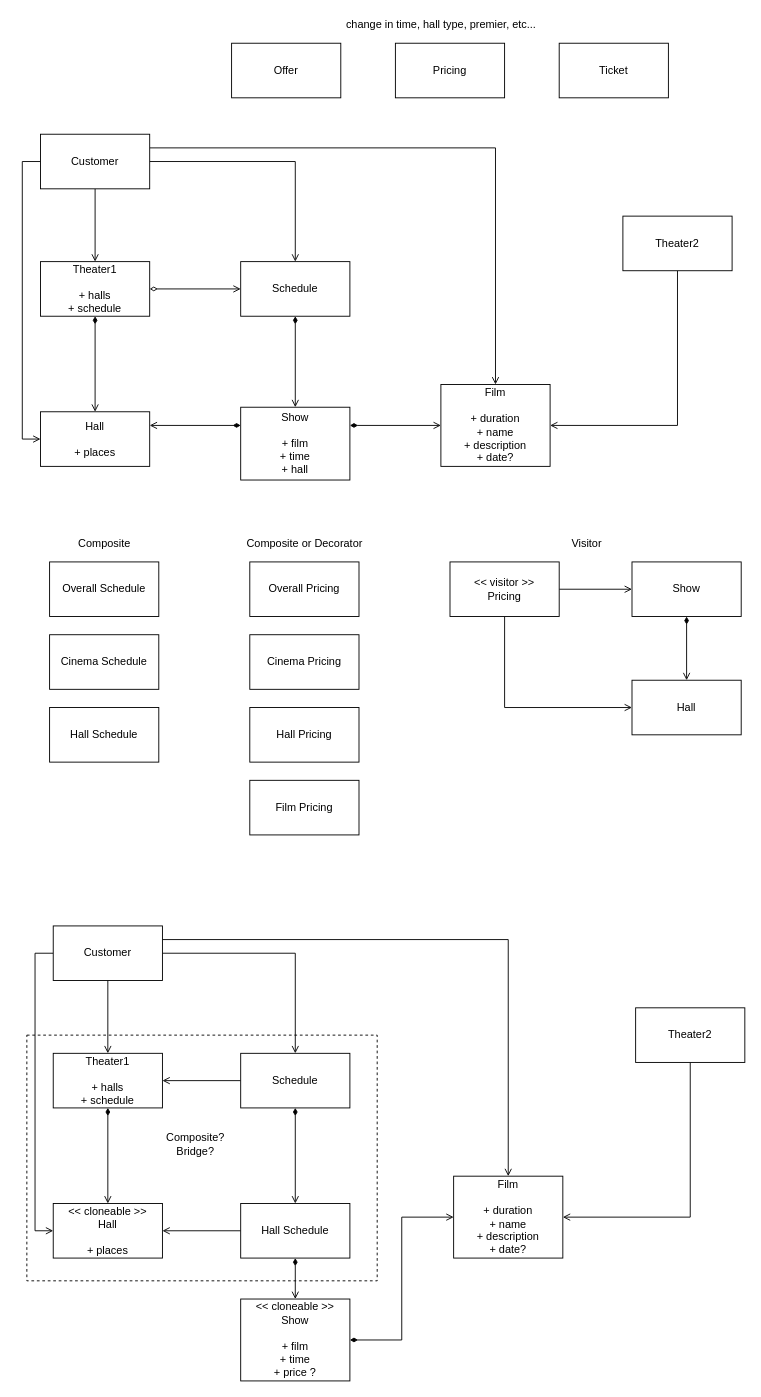
This is description/logic.drawio from pointuseless/kinocms, a draw.io file, before an edit. Source tidied: cells renumbered, new cells numbered last; positions are measured from the earlier drawing's top-left corner, leaving out a move shared by most shapes. Both pictures are drawn from the tidied source at 91%, with x=0, y=0 at pixel (26, 15).
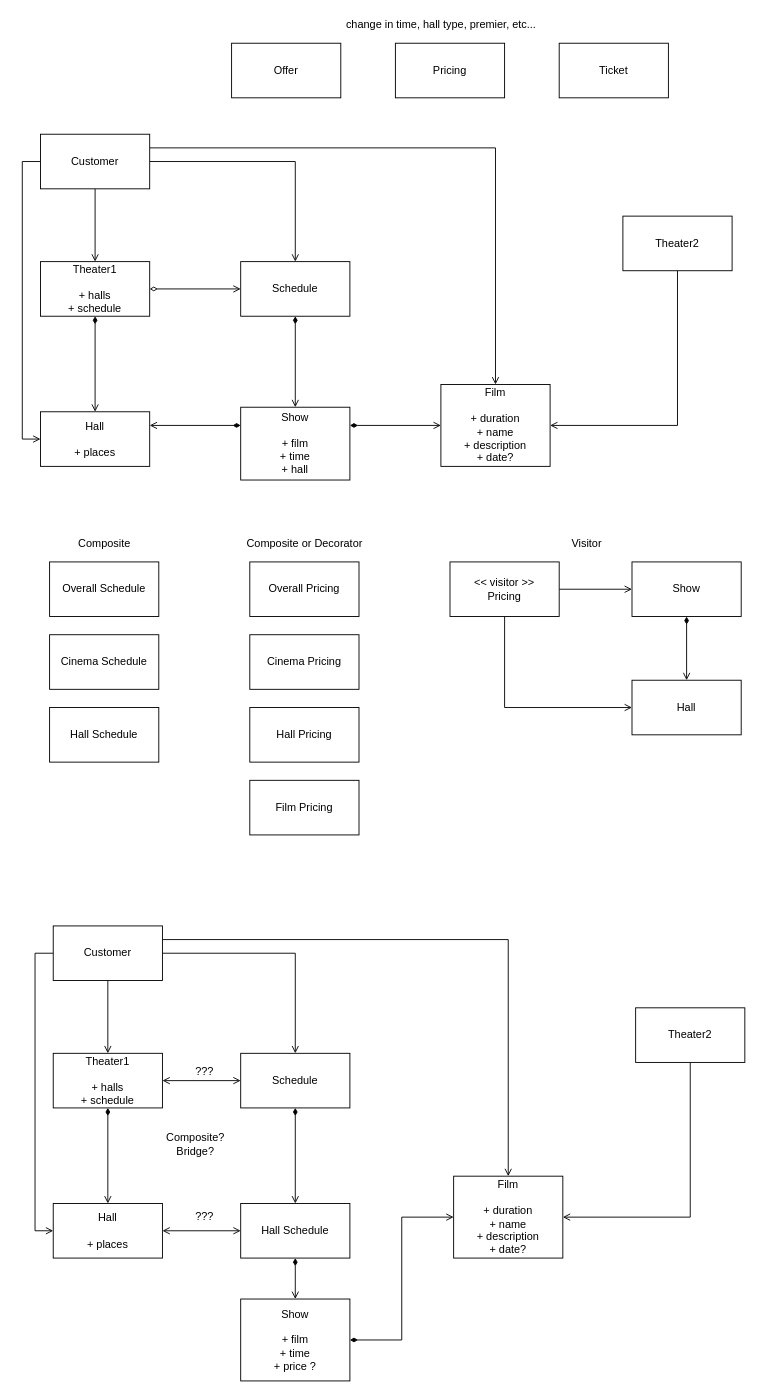
The same diagram, later.

The change refers to these unchanged cells:
```xml
<mxCell id="48" value="Schedule" style="rounded=0;whiteSpace=wrap;html=1;" parent="1" vertex="1">
  <mxGeometry x="235" y="1140" width="120" height="60" as="geometry" />
</mxCell>
<mxCell id="50" value="Theater1&lt;br&gt;&lt;br&gt;+ halls&lt;br&gt;+ schedule" style="rounded=0;whiteSpace=wrap;html=1;" parent="1" vertex="1">
  <mxGeometry x="29" y="1140" width="120" height="60" as="geometry" />
</mxCell>
<mxCell id="58" value="Hall Schedule" style="whiteSpace=wrap;html=1;" parent="1" vertex="1">
  <mxGeometry x="235" y="1305" width="120" height="60" as="geometry" />
</mxCell>
```

What changed in the source:
```diff
@@
-    <mxCell id="2" style="rounded=0;whiteSpace=wrap;html=1;fillColor=none;dashed=1;" parent="1" vertex="1">
-      <mxGeometry y="1120" width="385" height="270" as="geometry" />
-    </mxCell>
@@
-    <mxCell id="45" value="&amp;lt;&amp;lt; cloneable &amp;gt;&amp;gt;&lt;br&gt;Hall&lt;br&gt;&lt;br&gt;+ places" style="rounded=0;whiteSpace=wrap;html=1;" parent="1" vertex="1">
+    <mxCell id="45" value="Hall&lt;br&gt;&lt;br&gt;+ places" style="rounded=0;whiteSpace=wrap;html=1;" parent="1" vertex="1">
       <mxGeometry x="29" y="1305" width="120" height="60" as="geometry" />
     </mxCell>
@@
-    <mxCell id="47" style="edgeStyle=orthogonalEdgeStyle;rounded=0;jettySize=auto;html=1;exitX=0;exitY=0.5;exitDx=0;exitDy=0;entryX=1;entryY=0.5;entryDx=0;entryDy=0;startArrow=none;startFill=0;endArrow=open;endFill=0;" parent="1" edge="1" source="48" target="50">
+    <mxCell id="47" style="edgeStyle=orthogonalEdgeStyle;rounded=0;jettySize=auto;html=1;exitX=0;exitY=0.5;exitDx=0;exitDy=0;entryX=1;entryY=0.5;entryDx=0;entryDy=0;startArrow=open;startFill=0;endArrow=open;endFill=0;" parent="1" edge="1" source="48" target="50">
       <mxGeometry relative="1" as="geometry" />
     </mxCell>
@@
-    <mxCell id="52" value="&amp;lt;&amp;lt; cloneable &amp;gt;&amp;gt;&lt;br&gt;Show&lt;br&gt;&lt;br&gt;+ film&lt;br&gt;+ time&lt;br&gt;+ price ?" style="rounded=0;whiteSpace=wrap;html=1;" parent="1" vertex="1">
+    <mxCell id="52" value="Show&lt;br&gt;&lt;br&gt;+ film&lt;br&gt;+ time&lt;br&gt;+ price ?" style="rounded=0;whiteSpace=wrap;html=1;" parent="1" vertex="1">
       <mxGeometry x="235" y="1410" width="120" height="90" as="geometry" />
     </mxCell>
@@
-    <mxCell id="57" style="edgeStyle=orthogonalEdgeStyle;rounded=0;jettySize=auto;html=1;exitX=0;exitY=0.5;exitDx=0;exitDy=0;entryX=1;entryY=0.5;entryDx=0;entryDy=0;startArrow=none;startFill=0;endArrow=open;endFill=0;" parent="1" edge="1" source="58" target="45">
+    <mxCell id="57" style="edgeStyle=orthogonalEdgeStyle;rounded=0;jettySize=auto;html=1;exitX=0;exitY=0.5;exitDx=0;exitDy=0;entryX=1;entryY=0.5;entryDx=0;entryDy=0;startArrow=open;startFill=0;endArrow=open;endFill=0;" parent="1" edge="1" source="58" target="45">
       <mxGeometry relative="1" as="geometry" />
     </mxCell>
@@
+    <mxCell id="60" value="???" style="text;html=1;align=center;verticalAlign=middle;" parent="1" vertex="1">
+      <mxGeometry x="175" y="1150" width="40" height="20" as="geometry" />
+    </mxCell>
+    <mxCell id="61" value="???" style="text;html=1;align=center;verticalAlign=middle;" parent="1" vertex="1">
+      <mxGeometry x="175" y="1310" width="40" height="20" as="geometry" />
+    </mxCell>
```
